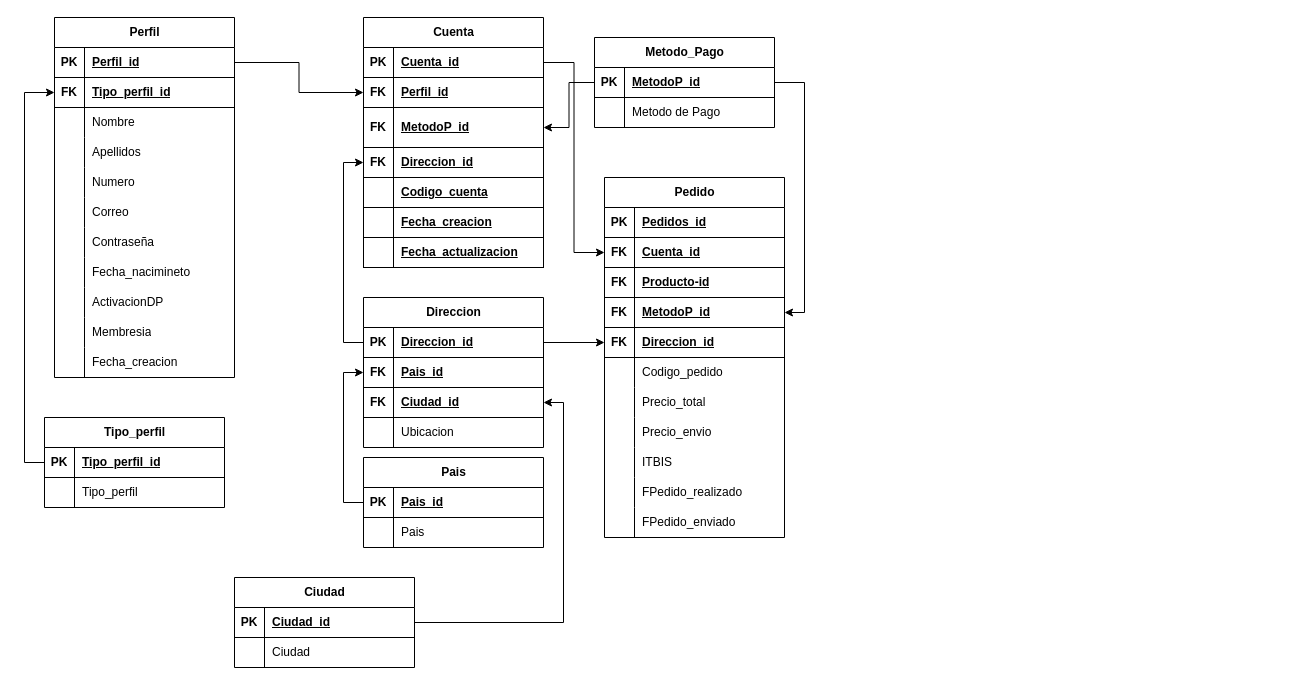
Before: TIenda_Diagrama.drawio in Theking1660/Tienda_Web, a draw.io diagram. Source tidied: cells renumbered, new cells numbered last; positions are measured from the earlier drawing's top-left corner, leaving out a move shared by most shapes. Both pictures are drawn from the tidied source at 100%, with x=0, y=0 at pixel (44, 17).
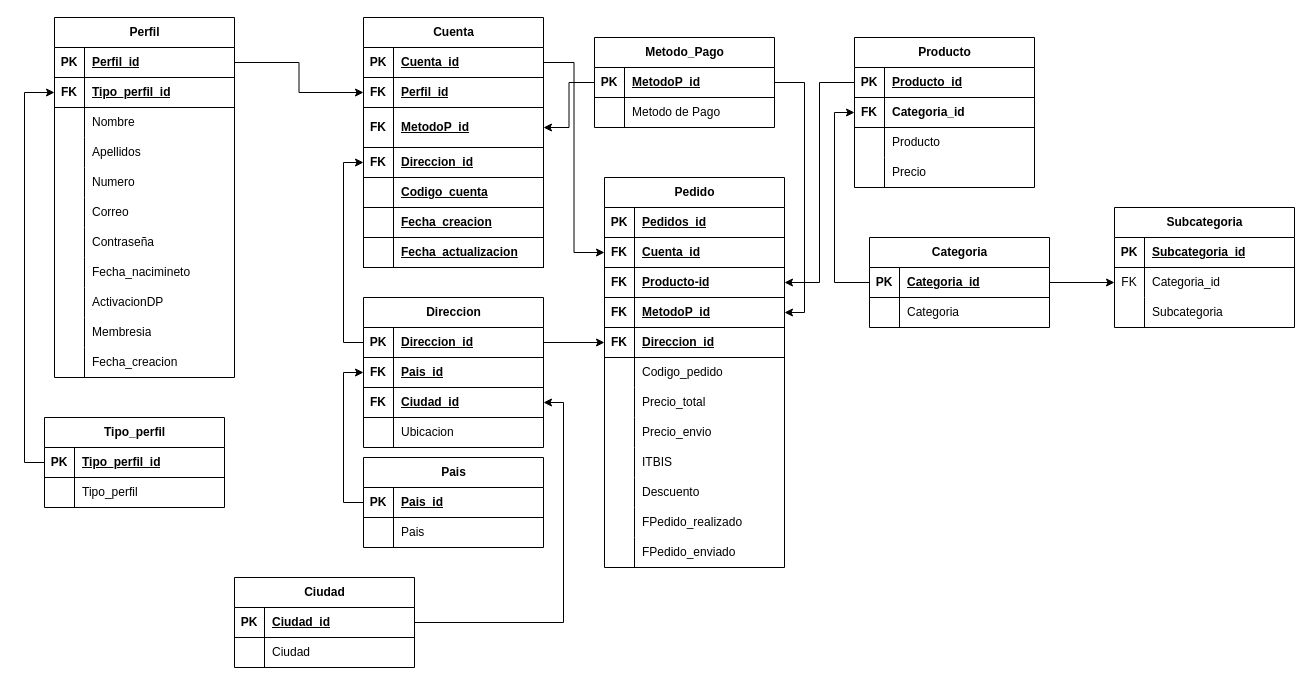
Above is the later version.

Unchanged cells that the change refers to:
```xml
<mxCell id="112" style="shape=tableRow;horizontal=0;startSize=0;swimlaneHead=0;swimlaneBody=0;fillColor=none;points=[[0,0.5],[1,0.5]];portConstraint=eastwest;top=0;left=0;right=0;bottom=1;" parent="105" vertex="1">
  <mxGeometry y="90" width="180" height="30" as="geometry" />
</mxCell>
```

What changed in the source:
```diff
@@
     <mxCell id="105" value="Pedido" style="shape=table;startSize=30;childLayout=tableLayout;rowLines=0;fontStyle=1;align=center;html=1;" parent="1" vertex="1">
-      <mxGeometry x="560" y="160" width="180" height="360" as="geometry" />
+      <mxGeometry x="560" y="160" width="180" height="390" as="geometry" />
     </mxCell>
@@
+    <mxCell id="142" style="shape=tableRow;horizontal=0;startSize=0;swimlaneHead=0;swimlaneBody=0;fillColor=none;top=0;left=0;right=0;bottom=0;" parent="105" vertex="1">
+      <mxGeometry y="300" width="180" height="30" as="geometry" />
+    </mxCell>
+    <mxCell id="143" style="shape=partialRectangle;fillColor=none;top=0;left=0;bottom=0;right=0;overflow=hidden;whiteSpace=wrap;html=1;" parent="142" vertex="1">
+      <mxGeometry width="30" height="30" as="geometry" />
+    </mxCell>
+    <mxCell id="144" value="Descuento" style="shape=partialRectangle;fillColor=none;top=0;left=0;bottom=0;right=0;align=left;spacingLeft=6;overflow=hidden;whiteSpace=wrap;html=1;" parent="142" vertex="1">
+      <mxGeometry x="30" width="150" height="30" as="geometry" />
+    </mxCell>
     <mxCell id="133" style="shape=tableRow;horizontal=0;startSize=0;swimlaneHead=0;swimlaneBody=0;fillColor=none;top=0;left=0;right=0;bottom=0;" parent="105" vertex="1">
-      <mxGeometry y="300" width="180" height="30" as="geometry" />
+      <mxGeometry y="330" width="180" height="30" as="geometry" />
     </mxCell>
@@
     <mxCell id="136" style="shape=tableRow;horizontal=0;startSize=0;swimlaneHead=0;swimlaneBody=0;fillColor=none;top=0;left=0;right=0;bottom=0;" parent="105" vertex="1">
-      <mxGeometry y="330" width="180" height="30" as="geometry" />
+      <mxGeometry y="360" width="180" height="30" as="geometry" />
     </mxCell>
@@
+    <mxCell id="145" value="Producto" style="shape=table;startSize=30;childLayout=tableLayout;rowLines=0;fontStyle=1;align=center;html=1;" parent="1" vertex="1">
+      <mxGeometry x="810" y="20" width="180" height="150" as="geometry" />
+    </mxCell>
+    <mxCell id="146" style="shape=tableRow;horizontal=0;startSize=0;swimlaneHead=0;swimlaneBody=0;fillColor=none;points=[[0,0.5],[1,0.5]];portConstraint=eastwest;top=0;left=0;right=0;bottom=1;" parent="145" vertex="1">
+      <mxGeometry y="30" width="180" height="30" as="geometry" />
+    </mxCell>
+    <mxCell id="147" value="PK" style="shape=partialRectangle;fillColor=none;top=0;left=0;bottom=0;right=0;fontStyle=1;overflow=hidden;whiteSpace=wrap;html=1;" parent="146" vertex="1">
+      <mxGeometry width="30" height="30" as="geometry" />
+    </mxCell>
+    <mxCell id="148" value="Producto_id" style="shape=partialRectangle;fillColor=none;top=0;left=0;bottom=0;right=0;align=left;spacingLeft=6;fontStyle=5;overflow=hidden;whiteSpace=wrap;html=1;" parent="146" vertex="1">
+      <mxGeometry x="30" width="150" height="30" as="geometry" />
+    </mxCell>
+    <mxCell id="149" style="shape=tableRow;horizontal=0;startSize=0;swimlaneHead=0;swimlaneBody=0;fillColor=none;points=[[0,0.5],[1,0.5]];portConstraint=eastwest;top=0;left=0;right=0;bottom=1;" parent="145" vertex="1">
+      <mxGeometry y="60" width="180" height="30" as="geometry" />
+    </mxCell>
+    <mxCell id="150" value="FK" style="shape=partialRectangle;fillColor=none;top=0;left=0;bottom=0;right=0;fontStyle=1;overflow=hidden;whiteSpace=wrap;html=1;strokeColor=default;" parent="149" vertex="1">
+      <mxGeometry width="30" height="30" as="geometry" />
+    </mxCell>
+    <mxCell id="151" value="Categoria_id" style="shape=partialRectangle;fillColor=none;top=0;left=0;bottom=0;right=0;align=left;spacingLeft=6;fontStyle=1;overflow=hidden;whiteSpace=wrap;html=1;strokeColor=default;" parent="149" vertex="1">
+      <mxGeometry x="30" width="150" height="30" as="geometry" />
+    </mxCell>
+    <mxCell id="152" style="shape=tableRow;horizontal=0;startSize=0;swimlaneHead=0;swimlaneBody=0;fillColor=none;top=0;left=0;right=0;bottom=0;" parent="145" vertex="1">
+      <mxGeometry y="90" width="180" height="30" as="geometry" />
+    </mxCell>
+    <mxCell id="153" style="shape=partialRectangle;fillColor=none;top=0;left=0;bottom=0;right=0;overflow=hidden;whiteSpace=wrap;html=1;" parent="152" vertex="1">
+      <mxGeometry width="30" height="30" as="geometry" />
+    </mxCell>
+    <mxCell id="154" value="Producto" style="shape=partialRectangle;fillColor=none;top=0;left=0;bottom=0;right=0;align=left;spacingLeft=6;overflow=hidden;whiteSpace=wrap;html=1;" parent="152" vertex="1">
+      <mxGeometry x="30" width="150" height="30" as="geometry" />
+    </mxCell>
+    <mxCell id="155" style="shape=tableRow;horizontal=0;startSize=0;swimlaneHead=0;swimlaneBody=0;fillColor=none;top=0;left=0;right=0;bottom=0;" parent="145" vertex="1">
+      <mxGeometry y="120" width="180" height="30" as="geometry" />
+    </mxCell>
+    <mxCell id="156" style="shape=partialRectangle;fillColor=none;top=0;left=0;bottom=0;right=0;overflow=hidden;whiteSpace=wrap;html=1;" parent="155" vertex="1">
+      <mxGeometry width="30" height="30" as="geometry" />
+    </mxCell>
+    <mxCell id="157" value="Precio" style="shape=partialRectangle;fillColor=none;top=0;left=0;bottom=0;right=0;align=left;spacingLeft=6;overflow=hidden;whiteSpace=wrap;html=1;" parent="155" vertex="1">
+      <mxGeometry x="30" width="150" height="30" as="geometry" />
+    </mxCell>
+    <mxCell id="158" style="edgeStyle=orthogonalEdgeStyle;rounded=0;jettySize=auto;html=1;entryX=0;entryY=0.5;entryDx=0;entryDy=0;exitX=0;exitY=0.5;exitDx=0;exitDy=0;" parent="1" edge="1" source="160" target="149">
+      <mxGeometry relative="1" as="geometry" />
+    </mxCell>
+    <mxCell id="159" value="Categoria" style="shape=table;startSize=30;childLayout=tableLayout;rowLines=0;fontStyle=1;align=center;html=1;" parent="1" vertex="1">
+      <mxGeometry x="825" y="220" width="180" height="90" as="geometry" />
+    </mxCell>
+    <mxCell id="160" style="shape=tableRow;horizontal=0;startSize=0;swimlaneHead=0;swimlaneBody=0;fillColor=none;points=[[0,0.5],[1,0.5]];portConstraint=eastwest;top=0;left=0;right=0;bottom=1;" parent="159" vertex="1">
+      <mxGeometry y="30" width="180" height="30" as="geometry" />
+    </mxCell>
+    <mxCell id="161" value="PK" style="shape=partialRectangle;fillColor=none;top=0;left=0;bottom=0;right=0;fontStyle=1;overflow=hidden;whiteSpace=wrap;html=1;" parent="160" vertex="1">
+      <mxGeometry width="30" height="30" as="geometry" />
+    </mxCell>
+    <mxCell id="162" value="Categoria_id" style="shape=partialRectangle;fillColor=none;top=0;left=0;bottom=0;right=0;align=left;spacingLeft=6;fontStyle=5;overflow=hidden;whiteSpace=wrap;html=1;" parent="160" vertex="1">
+      <mxGeometry x="30" width="150" height="30" as="geometry" />
+    </mxCell>
+    <mxCell id="163" style="shape=tableRow;horizontal=0;startSize=0;swimlaneHead=0;swimlaneBody=0;fillColor=none;top=0;left=0;right=0;bottom=0;" parent="159" vertex="1">
+      <mxGeometry y="60" width="180" height="30" as="geometry" />
+    </mxCell>
+    <mxCell id="164" style="shape=partialRectangle;fillColor=none;top=0;left=0;bottom=0;right=0;overflow=hidden;whiteSpace=wrap;html=1;" parent="163" vertex="1">
+      <mxGeometry width="30" height="30" as="geometry" />
+    </mxCell>
+    <mxCell id="165" value="Categoria" style="shape=partialRectangle;fillColor=none;top=0;left=0;bottom=0;right=0;align=left;spacingLeft=6;overflow=hidden;whiteSpace=wrap;html=1;" parent="163" vertex="1">
+      <mxGeometry x="30" width="150" height="30" as="geometry" />
+    </mxCell>
+    <mxCell id="166" style="edgeStyle=orthogonalEdgeStyle;rounded=0;jettySize=auto;html=1;entryX=1;entryY=0.5;entryDx=0;entryDy=0;" parent="1" edge="1" source="146" target="112">
+      <mxGeometry relative="1" as="geometry" />
+    </mxCell>
+    <mxCell id="167" value="Subcategoria" style="shape=table;startSize=30;childLayout=tableLayout;rowLines=0;fontStyle=1;align=center;html=1;" parent="1" vertex="1">
+      <mxGeometry x="1070" y="190" width="180" height="120" as="geometry" />
+    </mxCell>
+    <mxCell id="168" style="shape=tableRow;horizontal=0;startSize=0;swimlaneHead=0;swimlaneBody=0;fillColor=none;top=0;left=0;right=0;bottom=1;" parent="167" vertex="1">
+      <mxGeometry y="30" width="180" height="30" as="geometry" />
+    </mxCell>
+    <mxCell id="169" value="PK" style="shape=partialRectangle;fillColor=none;top=0;left=0;bottom=0;right=0;fontStyle=1;overflow=hidden;whiteSpace=wrap;html=1;" parent="168" vertex="1">
+      <mxGeometry width="30" height="30" as="geometry" />
+    </mxCell>
+    <mxCell id="170" value="Subcategoria_id" style="shape=partialRectangle;fillColor=none;top=0;left=0;bottom=0;right=0;align=left;spacingLeft=6;fontStyle=5;overflow=hidden;whiteSpace=wrap;html=1;" parent="168" vertex="1">
+      <mxGeometry x="30" width="150" height="30" as="geometry" />
+    </mxCell>
+    <mxCell id="171" style="shape=tableRow;horizontal=0;startSize=0;swimlaneHead=0;swimlaneBody=0;fillColor=none;points=[[0,0.5],[1,0.5]];portConstraint=eastwest;top=0;left=0;right=0;bottom=0;" parent="167" vertex="1">
+      <mxGeometry y="60" width="180" height="30" as="geometry" />
+    </mxCell>
+    <mxCell id="172" value="FK" style="shape=partialRectangle;fillColor=none;top=0;left=0;bottom=0;right=0;overflow=hidden;whiteSpace=wrap;html=1;" parent="171" vertex="1">
+      <mxGeometry width="30" height="30" as="geometry" />
+    </mxCell>
+    <mxCell id="173" value="Categoria_id" style="shape=partialRectangle;fillColor=none;top=0;left=0;bottom=0;right=0;align=left;spacingLeft=6;overflow=hidden;whiteSpace=wrap;html=1;" parent="171" vertex="1">
+      <mxGeometry x="30" width="150" height="30" as="geometry" />
+    </mxCell>
+    <mxCell id="174" style="shape=tableRow;horizontal=0;startSize=0;swimlaneHead=0;swimlaneBody=0;fillColor=none;top=0;left=0;right=0;bottom=0;" parent="167" vertex="1">
+      <mxGeometry y="90" width="180" height="30" as="geometry" />
+    </mxCell>
+    <mxCell id="175" style="shape=partialRectangle;fillColor=none;top=0;left=0;bottom=0;right=0;overflow=hidden;whiteSpace=wrap;html=1;" parent="174" vertex="1">
+      <mxGeometry width="30" height="30" as="geometry" />
+    </mxCell>
+    <mxCell id="176" value="Subcategoria" style="shape=partialRectangle;fillColor=none;top=0;left=0;bottom=0;right=0;align=left;spacingLeft=6;overflow=hidden;whiteSpace=wrap;html=1;" parent="174" vertex="1">
+      <mxGeometry x="30" width="150" height="30" as="geometry" />
+    </mxCell>
+    <mxCell id="177" style="edgeStyle=orthogonalEdgeStyle;rounded=0;jettySize=auto;html=1;entryX=0;entryY=0.5;entryDx=0;entryDy=0;" parent="1" edge="1" source="160" target="171">
+      <mxGeometry relative="1" as="geometry" />
+    </mxCell>
```
